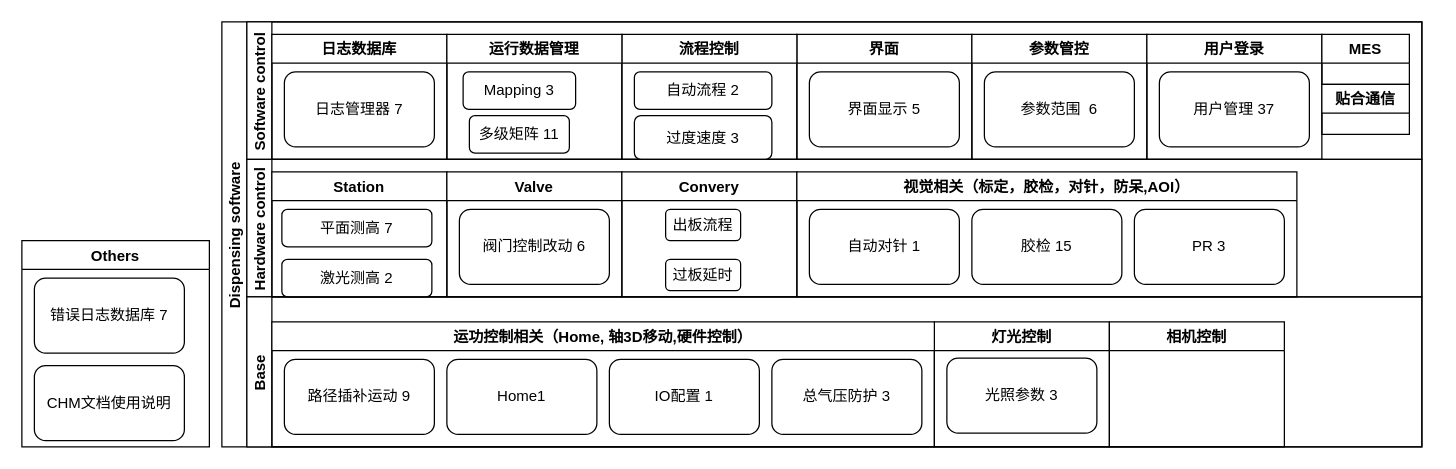
Earlier version of the draw.io diagram IC.drawio (Zan1019/Mydiagrans). Source tidied: cells renumbered, new cells numbered last; positions are measured from the earlier drawing's top-left corner, leaving out a move shared by most shapes. Both pictures are drawn from the tidied source at 125%, with x=0, y=0 at pixel (21, 21).
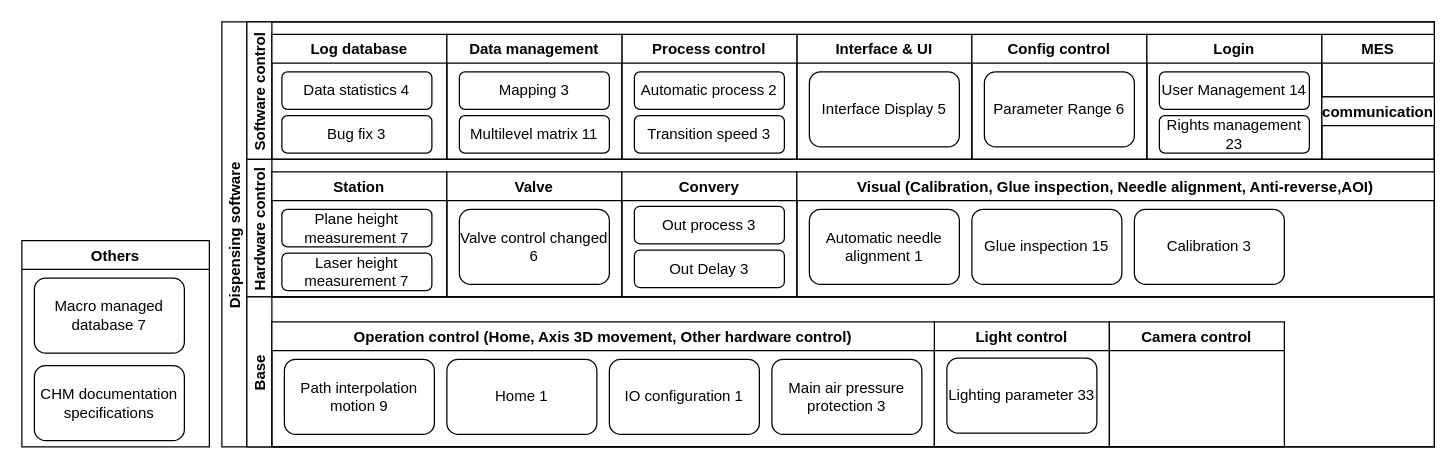
Above is the later version.

The change refers to these unchanged cells:
```xml
<mxCell id="21" value="Station" style="swimlane;" parent="20" vertex="1">
  <mxGeometry x="20" y="10" width="140" height="100" as="geometry" />
</mxCell>
<mxCell id="24" value="Valve" style="swimlane;" parent="20" vertex="1">
  <mxGeometry x="160" y="10" width="140" height="100" as="geometry" />
</mxCell>
<mxCell id="26" value="Convery" style="swimlane;" parent="20" vertex="1">
  <mxGeometry x="300" y="10" width="140" height="100" as="geometry" />
</mxCell>
<mxCell id="42" value="Others" style="swimlane;" parent="1" vertex="1">
  <mxGeometry y="175" width="150" height="165" as="geometry" />
</mxCell>
```

The edit, as a diff of the source:
```diff
@@
     <mxCell id="2" value="Dispensing software" style="swimlane;horizontal=0;startSize=20;" parent="1" vertex="1">
-      <mxGeometry x="160" width="960" height="340" as="geometry" />
+      <mxGeometry x="160" width="970" height="340" as="geometry" />
     </mxCell>
     <mxCell id="3" value="Software control" style="swimlane;startSize=20;horizontal=0;" parent="2" vertex="1">
-      <mxGeometry x="20" width="940" height="110" as="geometry" />
+      <mxGeometry x="20" width="950" height="110" as="geometry" />
     </mxCell>
-    <mxCell id="4" value="界面" style="swimlane;" parent="3" vertex="1">
+    <mxCell id="4" value="Interface &amp; UI" style="swimlane;" parent="3" vertex="1">
       <mxGeometry x="440" y="10" width="140" height="100" as="geometry" />
     </mxCell>
-    <mxCell id="5" value="界面显示 5" style="rounded=1;whiteSpace=wrap;html=1;" parent="4" vertex="1">
+    <mxCell id="5" value="Interface Display 5" style="rounded=1;whiteSpace=wrap;html=1;" parent="4" vertex="1">
       <mxGeometry x="10" y="30" width="120" height="60" as="geometry" />
     </mxCell>
-    <mxCell id="6" value="参数管控" style="swimlane;" parent="3" vertex="1">
+    <mxCell id="6" value="Config control" style="swimlane;" parent="3" vertex="1">
       <mxGeometry x="580" y="10" width="140" height="100" as="geometry" />
     </mxCell>
-    <mxCell id="7" value="参数范围&amp;nbsp; 6" style="rounded=1;whiteSpace=wrap;html=1;" parent="6" vertex="1">
+    <mxCell id="7" value="Parameter Range 6" style="rounded=1;whiteSpace=wrap;html=1;" parent="6" vertex="1">
       <mxGeometry x="10" y="30" width="120" height="60" as="geometry" />
     </mxCell>
-    <mxCell id="8" value="用户登录" style="swimlane;" parent="3" vertex="1">
+    <mxCell id="8" value="Login" style="swimlane;" parent="3" vertex="1">
       <mxGeometry x="720" y="10" width="140" height="100" as="geometry" />
     </mxCell>
-    <mxCell id="9" value="用户管理 37" style="rounded=1;whiteSpace=wrap;html=1;" parent="8" vertex="1">
-      <mxGeometry x="10" y="30" width="120" height="60" as="geometry" />
-    </mxCell>
+    <mxCell id="45" value="User Management 14" style="rounded=1;whiteSpace=wrap;html=1;" parent="8" vertex="1">
+      <mxGeometry x="10" y="30" width="120" height="30" as="geometry" />
+    </mxCell>
+    <mxCell id="46" value="Rights management 23" style="rounded=1;whiteSpace=wrap;html=1;" parent="8" vertex="1">
+      <mxGeometry x="10" y="65" width="120" height="30" as="geometry" />
+    </mxCell>
-    <mxCell id="10" value="日志数据库" style="swimlane;" parent="3" vertex="1">
+    <mxCell id="10" value="Log database" style="swimlane;" parent="3" vertex="1">
       <mxGeometry x="20" y="10" width="140" height="100" as="geometry" />
     </mxCell>
-    <mxCell id="11" value="日志管理器 7" style="rounded=1;whiteSpace=wrap;html=1;" parent="10" vertex="1">
-      <mxGeometry x="10" y="30" width="120" height="60" as="geometry" />
+    <mxCell id="11" value="Data statistics 4" style="rounded=1;whiteSpace=wrap;html=1;" parent="10" vertex="1">
+      <mxGeometry x="8" y="30" width="120" height="30" as="geometry" />
     </mxCell>
+    <mxCell id="47" value="Bug fix 3" style="rounded=1;whiteSpace=wrap;html=1;" parent="10" vertex="1">
+      <mxGeometry x="8" y="65" width="120" height="30" as="geometry" />
+    </mxCell>
-    <mxCell id="12" value="流程控制" style="swimlane;" parent="3" vertex="1">
+    <mxCell id="12" value="Process control" style="swimlane;" parent="3" vertex="1">
       <mxGeometry x="300" y="10" width="140" height="100" as="geometry" />
     </mxCell>
-    <mxCell id="13" value="自动流程 2" style="rounded=1;whiteSpace=wrap;html=1;" parent="12" vertex="1">
-      <mxGeometry x="10" y="30" width="110" height="30" as="geometry" />
-    </mxCell>
-    <mxCell id="14" value="过度速度 3" style="rounded=1;whiteSpace=wrap;html=1;" parent="12" vertex="1">
-      <mxGeometry x="10" y="65" width="110" height="35" as="geometry" />
-    </mxCell>
+    <mxCell id="48" value="Automatic process 2" style="rounded=1;whiteSpace=wrap;html=1;" parent="12" vertex="1">
+      <mxGeometry x="10" y="30" width="120" height="30" as="geometry" />
+    </mxCell>
+    <mxCell id="49" value="Transition speed 3" style="rounded=1;whiteSpace=wrap;html=1;" parent="12" vertex="1">
+      <mxGeometry x="10" y="65" width="120" height="30" as="geometry" />
+    </mxCell>
-    <mxCell id="15" value="运行数据管理" style="swimlane;" parent="3" vertex="1">
+    <mxCell id="15" value="Data management" style="swimlane;" parent="3" vertex="1">
       <mxGeometry x="160" y="10" width="140" height="100" as="geometry" />
     </mxCell>
     <mxCell id="16" value="Mapping 3" style="rounded=1;whiteSpace=wrap;html=1;" parent="15" vertex="1">
-      <mxGeometry x="13" y="30" width="90" height="30" as="geometry" />
+      <mxGeometry x="10" y="30" width="120" height="30" as="geometry" />
     </mxCell>
-    <mxCell id="17" value="多级矩阵 11" style="rounded=1;whiteSpace=wrap;html=1;" parent="15" vertex="1">
-      <mxGeometry x="18" y="65" width="80" height="30" as="geometry" />
-    </mxCell>
+    <mxCell id="50" value="Multilevel matrix 11" style="rounded=1;whiteSpace=wrap;html=1;" parent="15" vertex="1">
+      <mxGeometry x="10" y="65" width="120" height="30" as="geometry" />
+    </mxCell>
     <mxCell id="18" value="MES" style="swimlane;" parent="3" vertex="1">
-      <mxGeometry x="860" y="10" width="70" height="40" as="geometry" />
+      <mxGeometry x="860" y="10" width="90" height="50" as="geometry" />
     </mxCell>
-    <mxCell id="19" value="贴合通信" style="swimlane;" parent="3" vertex="1">
-      <mxGeometry x="860" y="50" width="70" height="40" as="geometry" />
+    <mxCell id="19" value="communication" style="swimlane;" parent="3" vertex="1">
+      <mxGeometry x="860" y="60" width="90" height="50" as="geometry" />
     </mxCell>
     <mxCell id="20" value="Hardware control" style="swimlane;startSize=20;horizontal=0;" parent="2" vertex="1">
-      <mxGeometry x="20" y="110" width="940" height="110" as="geometry" />
+      <mxGeometry x="20" y="110" width="950" height="110" as="geometry" />
     </mxCell>
@@
-    <mxCell id="22" value="平面测高 7" style="rounded=1;whiteSpace=wrap;html=1;" parent="21" vertex="1">
-      <mxGeometry x="8" y="30" width="120" height="30" as="geometry" />
-    </mxCell>
-    <mxCell id="23" value="激光测高 2" style="rounded=1;whiteSpace=wrap;html=1;" parent="21" vertex="1">
-      <mxGeometry x="8" y="70" width="120" height="30" as="geometry" />
-    </mxCell>
+    <mxCell id="51" value="Plane height measurement 7" style="rounded=1;whiteSpace=wrap;html=1;" parent="21" vertex="1">
+      <mxGeometry x="8" y="30" width="120" height="30" as="geometry" />
+    </mxCell>
+    <mxCell id="52" value="Laser height measurement 7" style="rounded=1;whiteSpace=wrap;html=1;" parent="21" vertex="1">
+      <mxGeometry x="8" y="65" width="120" height="30" as="geometry" />
+    </mxCell>
@@
-    <mxCell id="25" value="阀门控制改动 6" style="rounded=1;whiteSpace=wrap;html=1;" parent="24" vertex="1">
+    <mxCell id="25" value="Valve control changed 6" style="rounded=1;whiteSpace=wrap;html=1;" parent="24" vertex="1">
       <mxGeometry x="10" y="30" width="120" height="60" as="geometry" />
     </mxCell>
@@
-    <mxCell id="27" value="出板流程" style="rounded=1;whiteSpace=wrap;html=1;" parent="26" vertex="1">
-      <mxGeometry x="35" y="30" width="60" height="25" as="geometry" />
-    </mxCell>
-    <mxCell id="28" value="过板延时" style="rounded=1;whiteSpace=wrap;html=1;" parent="26" vertex="1">
-      <mxGeometry x="35" y="70" width="60" height="25" as="geometry" />
-    </mxCell>
+    <mxCell id="53" value="Out process 3" style="rounded=1;whiteSpace=wrap;html=1;" parent="26" vertex="1">
+      <mxGeometry x="10" y="27.5" width="120" height="30" as="geometry" />
+    </mxCell>
+    <mxCell id="54" value="Out Delay 3" style="rounded=1;whiteSpace=wrap;html=1;" parent="26" vertex="1">
+      <mxGeometry x="10" y="62.5" width="120" height="30" as="geometry" />
+    </mxCell>
-    <mxCell id="29" value="视觉相关（标定，胶检，对针，防呆,AOI）" style="swimlane;" parent="20" vertex="1">
-      <mxGeometry x="440" y="10" width="400" height="100" as="geometry" />
+    <mxCell id="29" value="Visual (Calibration, Glue inspection, Needle alignment, Anti-reverse,AOI)" style="swimlane;" parent="20" vertex="1">
+      <mxGeometry x="440" y="10" width="510" height="100" as="geometry" />
     </mxCell>
-    <mxCell id="30" value="PR 3" style="rounded=1;whiteSpace=wrap;html=1;" parent="29" vertex="1">
+    <mxCell id="30" value="Calibration 3" style="rounded=1;whiteSpace=wrap;html=1;" parent="29" vertex="1">
       <mxGeometry x="270" y="30" width="120" height="60" as="geometry" />
     </mxCell>
-    <mxCell id="31" value="胶检 15" style="rounded=1;whiteSpace=wrap;html=1;" parent="29" vertex="1">
+    <mxCell id="31" value="Glue inspection 15" style="rounded=1;whiteSpace=wrap;html=1;" parent="29" vertex="1">
       <mxGeometry x="140" y="30" width="120" height="60" as="geometry" />
     </mxCell>
-    <mxCell id="32" value="自动对针 1" style="rounded=1;whiteSpace=wrap;html=1;" parent="29" vertex="1">
+    <mxCell id="32" value="Automatic needle alignment 1" style="rounded=1;whiteSpace=wrap;html=1;" parent="29" vertex="1">
       <mxGeometry x="10" y="30" width="120" height="60" as="geometry" />
     </mxCell>
     <mxCell id="33" value="Base" style="swimlane;startSize=20;horizontal=0;" parent="2" vertex="1">
-      <mxGeometry x="20" y="220" width="940" height="120" as="geometry" />
+      <mxGeometry x="20" y="220" width="950" height="120" as="geometry" />
     </mxCell>
-    <mxCell id="34" value="灯光控制" style="swimlane;" parent="33" vertex="1">
+    <mxCell id="34" value="Light control" style="swimlane;" parent="33" vertex="1">
       <mxGeometry x="550" y="20" width="140" height="100" as="geometry" />
     </mxCell>
-    <mxCell id="35" value="光照参数 3" style="rounded=1;whiteSpace=wrap;html=1;" parent="34" vertex="1">
+    <mxCell id="35" value="Lighting parameter 33" style="rounded=1;whiteSpace=wrap;html=1;" parent="34" vertex="1">
       <mxGeometry x="10" y="29" width="120" height="60" as="geometry" />
     </mxCell>
-    <mxCell id="36" value="相机控制" style="swimlane;" parent="33" vertex="1">
+    <mxCell id="36" value="Camera control" style="swimlane;" parent="33" vertex="1">
       <mxGeometry x="690" y="20" width="140" height="100" as="geometry" />
     </mxCell>
-    <mxCell id="37" value="运功控制相关（Home, 轴3D移动,硬件控制）" style="swimlane;startSize=23;" parent="33" vertex="1">
+    <mxCell id="37" value="Operation control (Home, Axis 3D movement, Other hardware control)" style="swimlane;startSize=23;" parent="33" vertex="1">
       <mxGeometry x="20" y="20" width="530" height="100" as="geometry" />
     </mxCell>
-    <mxCell id="38" value="路径插补运动 9" style="rounded=1;whiteSpace=wrap;html=1;" parent="37" vertex="1">
+    <mxCell id="38" value="Path interpolation motion 9" style="rounded=1;whiteSpace=wrap;html=1;" parent="37" vertex="1">
       <mxGeometry x="10" y="30" width="120" height="60" as="geometry" />
     </mxCell>
-    <mxCell id="39" value="Home1" style="rounded=1;whiteSpace=wrap;html=1;" parent="37" vertex="1">
+    <mxCell id="39" value="Home 1" style="rounded=1;whiteSpace=wrap;html=1;" parent="37" vertex="1">
       <mxGeometry x="140" y="30" width="120" height="60" as="geometry" />
     </mxCell>
-    <mxCell id="40" value="IO配置 1" style="rounded=1;whiteSpace=wrap;html=1;" parent="37" vertex="1">
+    <mxCell id="40" value="IO configuration 1" style="rounded=1;whiteSpace=wrap;html=1;" parent="37" vertex="1">
       <mxGeometry x="270" y="30" width="120" height="60" as="geometry" />
     </mxCell>
-    <mxCell id="41" value="总气压防护 3" style="rounded=1;whiteSpace=wrap;html=1;" parent="37" vertex="1">
+    <mxCell id="41" value="Main air pressure protection 3" style="rounded=1;whiteSpace=wrap;html=1;" parent="37" vertex="1">
       <mxGeometry x="400" y="30" width="120" height="60" as="geometry" />
     </mxCell>
@@
-    <mxCell id="43" value="错误日志数据库 7" style="rounded=1;whiteSpace=wrap;html=1;" parent="42" vertex="1">
+    <mxCell id="43" value="Macro managed database 7" style="rounded=1;whiteSpace=wrap;html=1;" parent="42" vertex="1">
       <mxGeometry x="10" y="30" width="120" height="60" as="geometry" />
     </mxCell>
-    <mxCell id="44" value="CHM文档使用说明" style="rounded=1;whiteSpace=wrap;html=1;" parent="42" vertex="1">
+    <mxCell id="44" value="CHM documentation specifications" style="rounded=1;whiteSpace=wrap;html=1;" parent="42" vertex="1">
       <mxGeometry x="10" y="100" width="120" height="60" as="geometry" />
     </mxCell>
```
